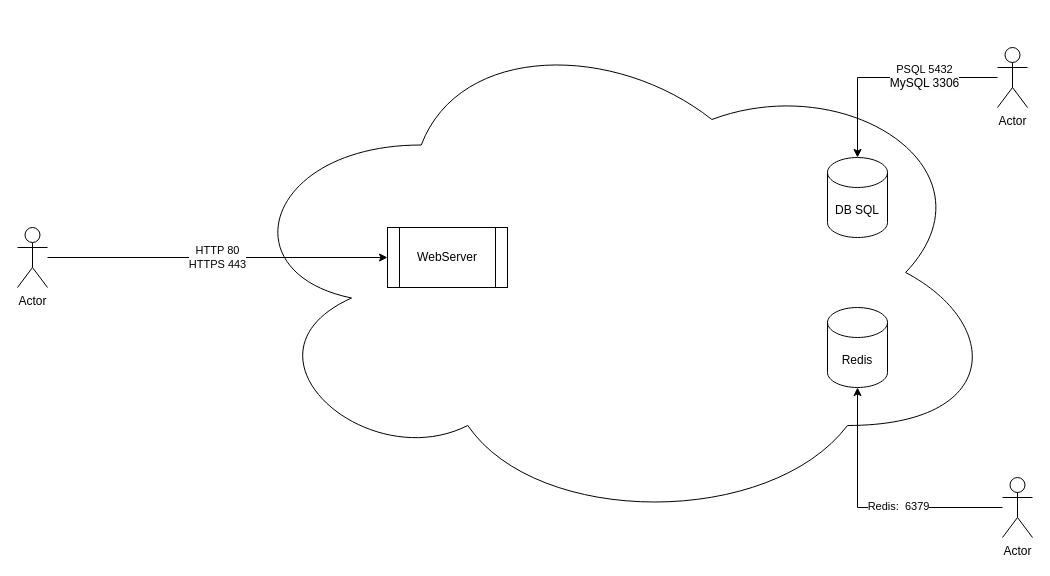
This is page "Сторінка-5" (5 of 5) of Diagrams/azure.drawio from ninydev/pv111, a draw.io file, before an edit. Source tidied: cells renumbered, new cells numbered last; positions are measured from the earlier drawing's top-left corner, leaving out a move shared by most shapes. Both pictures are drawn from the tidied source at 100%, with x=0, y=0 at pixel (17, 17).
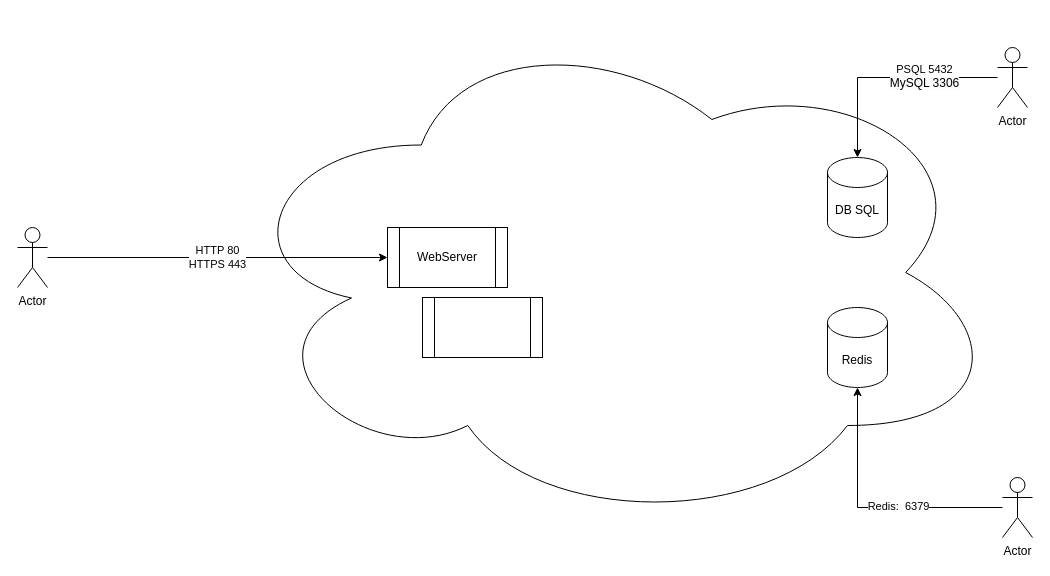
The same diagram, later.

The edit, as a diff of the source:
```diff
@@
 <mxGraphModel>
   <root>
     <mxCell id="0" />
     <mxCell id="1" parent="0" />
     <mxCell id="2" style="ellipse;shape=cloud;whiteSpace=wrap;html=1;" parent="1" vertex="1">
       <mxGeometry x="210" width="775" height="510" as="geometry" />
     </mxCell>
     <mxCell id="3" value="DB SQL" style="shape=cylinder3;whiteSpace=wrap;html=1;boundedLbl=1;backgroundOutline=1;size=15;" parent="1" vertex="1">
       <mxGeometry x="810" y="140" width="60" height="80" as="geometry" />
     </mxCell>
     <mxCell id="4" style="edgeStyle=orthogonalEdgeStyle;rounded=0;jettySize=auto;html=1;" parent="1" edge="1" source="6" target="3">
       <mxGeometry relative="1" as="geometry" />
     </mxCell>
     <mxCell id="5" value="PSQL 5432&lt;br style=&quot;border-color: var(--border-color); font-size: 12px; background-color: rgb(251, 251, 251);&quot;&gt;&lt;span style=&quot;font-size: 12px; background-color: rgb(251, 251, 251);&quot;&gt;MySQL 3306&lt;/span&gt;" style="edgeLabel;html=1;align=center;verticalAlign=middle;" parent="4" vertex="1">
       <mxGeometry x="-0.33" y="-2" relative="1" as="geometry" />
     </mxCell>
     <mxCell id="6" value="Actor" style="shape=umlActor;verticalLabelPosition=bottom;verticalAlign=top;html=1;outlineConnect=0;" parent="1" vertex="1">
       <mxGeometry x="980" y="30" width="30" height="60" as="geometry" />
     </mxCell>
     <mxCell id="7" value="Redis" style="shape=cylinder3;whiteSpace=wrap;html=1;boundedLbl=1;backgroundOutline=1;size=15;" parent="1" vertex="1">
       <mxGeometry x="810" y="290" width="60" height="80" as="geometry" />
     </mxCell>
     <mxCell id="8" style="edgeStyle=orthogonalEdgeStyle;rounded=0;jettySize=auto;html=1;" parent="1" edge="1" source="10" target="7">
       <mxGeometry relative="1" as="geometry" />
     </mxCell>
     <mxCell id="9" value="Redis:&amp;nbsp; 6379" style="edgeLabel;html=1;align=center;verticalAlign=middle;" parent="8" vertex="1">
       <mxGeometry x="-0.21" y="-2" relative="1" as="geometry" />
     </mxCell>
     <mxCell id="10" value="Actor" style="shape=umlActor;verticalLabelPosition=bottom;verticalAlign=top;html=1;outlineConnect=0;" parent="1" vertex="1">
       <mxGeometry x="985" y="460" width="30" height="60" as="geometry" />
     </mxCell>
     <mxCell id="11" value="HTTP 80&lt;br&gt;HTTPS 443" style="edgeStyle=orthogonalEdgeStyle;rounded=0;jettySize=auto;html=1;" parent="1" edge="1" source="12" target="13">
       <mxGeometry relative="1" as="geometry" />
     </mxCell>
     <mxCell id="12" value="Actor" style="shape=umlActor;verticalLabelPosition=bottom;verticalAlign=top;html=1;outlineConnect=0;" parent="1" vertex="1">
       <mxGeometry y="210" width="30" height="60" as="geometry" />
     </mxCell>
     <mxCell id="13" value="WebServer" style="shape=process;whiteSpace=wrap;html=1;backgroundOutline=1;" parent="1" vertex="1">
       <mxGeometry x="370" y="210" width="120" height="60" as="geometry" />
     </mxCell>
+    <mxCell id="14" style="shape=process;whiteSpace=wrap;html=1;backgroundOutline=1;" parent="1" vertex="1">
+      <mxGeometry x="405" y="280" width="120" height="60" as="geometry" />
+    </mxCell>
   </root>
 </mxGraphModel>
```
